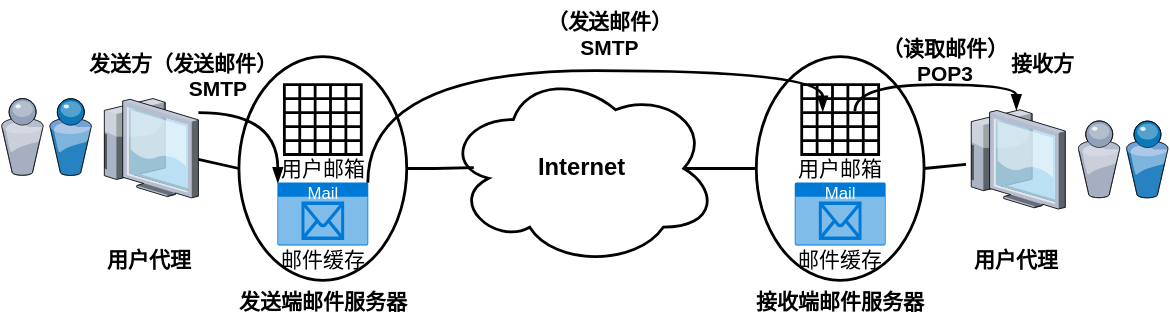
Earlier version of the draw.io export pictures/计算机网络-电子邮件的发送和接收过程.drawio.svg (creatern/NoteBook). Source tidied: cells renumbered, new cells last; positions are measured from the earlier drawing's top-left corner, leaving out a move shared by most shapes.
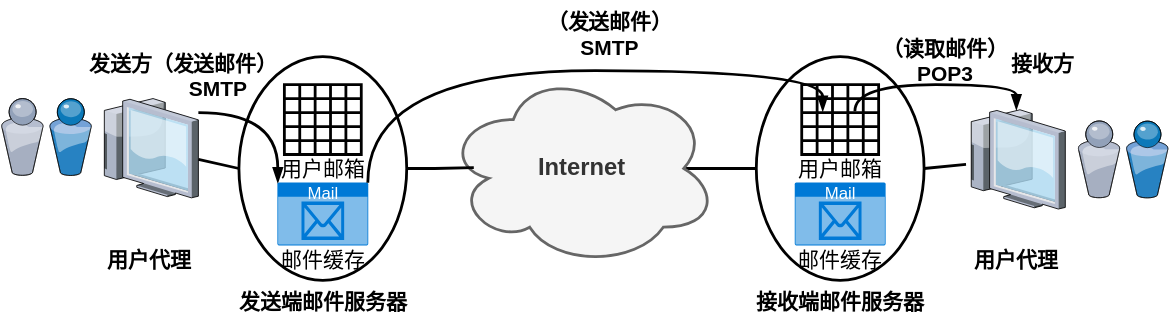
The same diagram one commit later.

What changed in the source:
```diff
@@ -17,7 +17,7 @@
     <mxCell id="6" style="edgeStyle=orthogonalEdgeStyle;shape=connector;rounded=0;jettySize=auto;html=1;exitX=0.875;exitY=0.5;exitDx=0;exitDy=0;exitPerimeter=0;entryX=0;entryY=0.5;entryDx=0;entryDy=0;labelBackgroundColor=default;strokeColor=default;strokeWidth=2;fontFamily=Helvetica;fontSize=11;fontColor=default;endArrow=none;endFill=0;" parent="1" edge="1" source="7" target="12">
       <mxGeometry relative="1" as="geometry" />
     </mxCell>
-    <mxCell id="7" value="Internet" style="ellipse;shape=cloud;whiteSpace=wrap;html=1;fontFamily=Helvetica;fontSize=17;fontColor=default;fontStyle=1;strokeWidth=2;" parent="1" vertex="1">
+    <mxCell id="7" value="Internet" style="ellipse;shape=cloud;whiteSpace=wrap;html=1;fontFamily=Helvetica;fontSize=17;fontColor=#333333;fontStyle=1;strokeWidth=2;fillColor=#f5f5f5;strokeColor=#666666;" parent="1" vertex="1">
       <mxGeometry x="317.5" y="50" width="195" height="140" as="geometry" />
     </mxCell>
     <mxCell id="8" style="edgeStyle=orthogonalEdgeStyle;shape=connector;rounded=0;jettySize=auto;html=1;exitX=1;exitY=0.5;exitDx=0;exitDy=0;entryX=0.105;entryY=0.496;entryDx=0;entryDy=0;entryPerimeter=0;labelBackgroundColor=default;strokeColor=default;strokeWidth=2;fontFamily=Helvetica;fontSize=11;fontColor=default;endArrow=none;endFill=0;" parent="1" edge="1" source="10" target="7">
```
